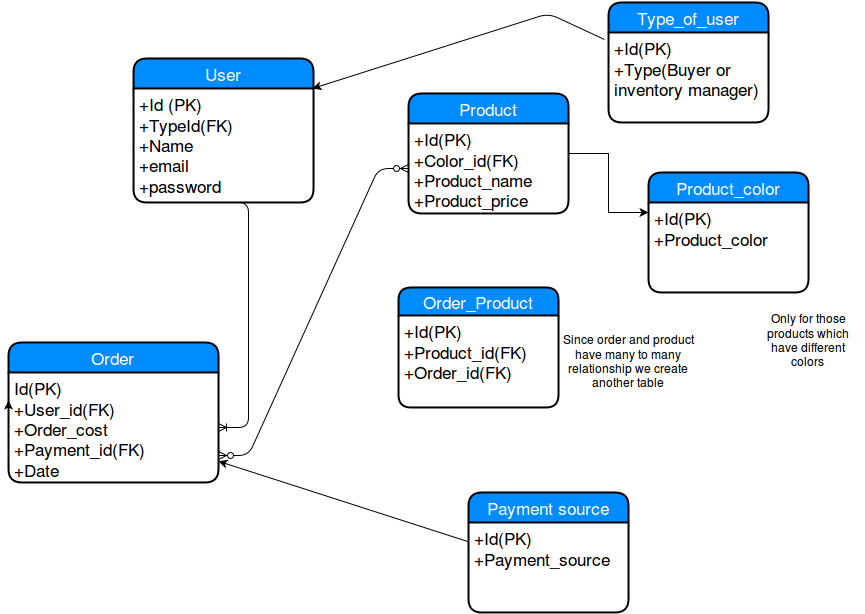
deeps-webonise/RDBMS-Assignment keeps this draw.io diagram as Basic_Design.png. Above is the earlier version. Source tidied: cells renumbered, new cells last; positions are measured from the earlier drawing's top-left corner, leaving out a move shared by most shapes.
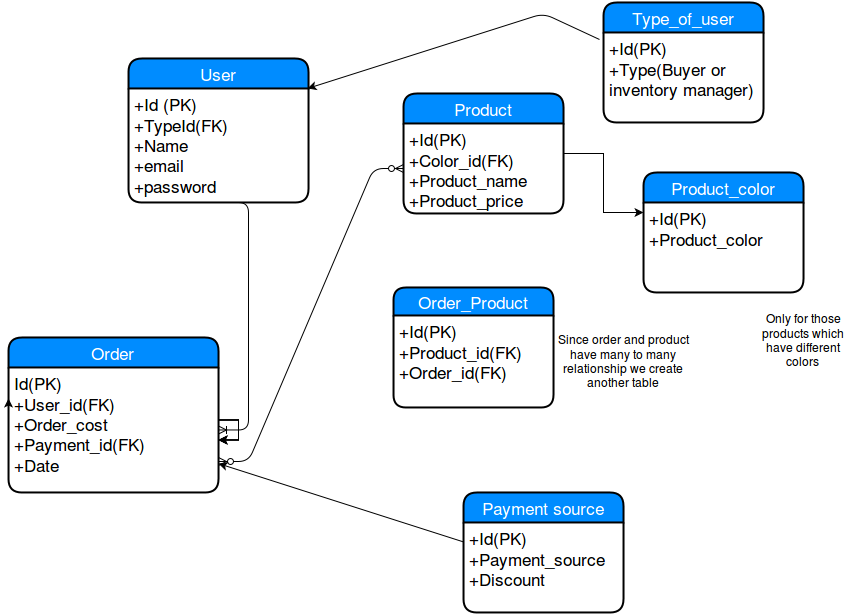
Above is the later version.

What changed in the source:
```diff
@@ -2,15 +2,6 @@
   <root>
     <mxCell id="0" />
     <mxCell id="1" parent="0" />
-    <mxCell id="2" value="Order" style="swimlane;html=1;horizontal=1;startSize=30;fillColor=#008cff;fontColor=#FFFFFF;rounded=1;fontSize=17;fontStyle=0;strokeWidth=2;shadow=0;dashed=0;align=center;" parent="1" vertex="1">
-      <mxGeometry y="340" width="210" height="140" as="geometry" />
-    </mxCell>
-    <mxCell id="3" value="Id(PK)&lt;br&gt;+User_id(FK)&lt;br&gt;+Order_cost&lt;br&gt;+Payment_id(FK)&lt;br&gt;+Date&lt;br&gt;&lt;br&gt;" style="whiteSpace=wrap;html=1;align=left;strokeColor=none;fillColor=none;spacingLeft=4;fontSize=17;verticalAlign=top;" parent="2" vertex="1">
-      <mxGeometry y="30" width="210" height="110" as="geometry" />
-    </mxCell>
-    <mxCell id="4" style="edgeStyle=orthogonalEdgeStyle;rounded=0;html=1;exitX=0;exitY=0.5;entryX=0;entryY=0.25;jettySize=auto;" parent="2" edge="1" source="2" target="3">
-      <mxGeometry relative="1" as="geometry" />
-    </mxCell>
     <mxCell id="5" style="edgeStyle=entityRelationEdgeStyle;html=1;endArrow=ERoneToMany;exitX=0.361;exitY=1;exitPerimeter=0;" parent="1" edge="1" source="23" target="3">
       <mxGeometry relative="1" as="geometry" />
     </mxCell>
@@ -42,7 +33,7 @@
     <mxCell id="13" value="Payment source&lt;br&gt;" style="swimlane;html=1;horizontal=1;startSize=30;fillColor=#008cff;fontColor=#FFFFFF;rounded=1;fontSize=17;fontStyle=0;strokeWidth=2;shadow=0;dashed=0;align=center;" parent="1" vertex="1">
       <mxGeometry x="460" y="490" width="160" height="120" as="geometry" />
     </mxCell>
-    <mxCell id="14" value="+Id(PK)&lt;br&gt;+Payment_source" style="whiteSpace=wrap;html=1;align=left;strokeColor=none;fillColor=none;spacingLeft=4;fontSize=17;verticalAlign=top;" parent="13" vertex="1">
+    <mxCell id="14" value="+Id(PK)&lt;br&gt;+Payment_source&lt;br&gt;+Discount&lt;br&gt;" style="whiteSpace=wrap;html=1;align=left;strokeColor=none;fillColor=none;spacingLeft=4;fontSize=17;verticalAlign=top;" parent="13" vertex="1">
       <mxGeometry y="30" width="160" height="90" as="geometry" />
     </mxCell>
     <mxCell id="15" style="endArrow=classic;html=1;" parent="1" edge="1" source="14" target="3">
@@ -75,5 +66,29 @@
     <mxCell id="24" style="edgeStyle=orthogonalEdgeStyle;rounded=0;html=1;exitX=0.75;exitY=0;entryX=0.75;entryY=0;jettySize=auto;orthogonalLoop=1;" parent="1" edge="1" source="20" target="20">
       <mxGeometry relative="1" as="geometry" />
     </mxCell>
+    <mxCell id="2" value="Order" style="swimlane;html=1;horizontal=1;startSize=30;fillColor=#008cff;fontColor=#FFFFFF;rounded=1;fontSize=17;fontStyle=0;strokeWidth=2;shadow=0;dashed=0;align=center;" parent="1" vertex="1">
+      <mxGeometry x="5" y="335" width="210" height="155" as="geometry" />
+    </mxCell>
+    <mxCell id="3" value="Id(PK)&lt;br&gt;+User_id(FK)&lt;br&gt;+Order_cost&lt;br&gt;+Payment_id(FK)&lt;br&gt;+Date&lt;br&gt;&lt;br&gt;&lt;br&gt;" style="whiteSpace=wrap;html=1;align=left;strokeColor=none;fillColor=none;spacingLeft=4;fontSize=17;verticalAlign=top;" parent="2" vertex="1">
+      <mxGeometry y="30" width="210" height="125" as="geometry" />
+    </mxCell>
+    <mxCell id="4" style="edgeStyle=orthogonalEdgeStyle;rounded=0;html=1;exitX=0;exitY=0.5;entryX=0;entryY=0.25;jettySize=auto;" parent="2" edge="1" source="2" target="3">
+      <mxGeometry relative="1" as="geometry" />
+    </mxCell>
+    <mxCell id="25" style="edgeStyle=orthogonalEdgeStyle;rounded=0;html=1;jettySize=auto;orthogonalLoop=1;" parent="2" edge="1" source="3" target="3">
+      <mxGeometry relative="1" as="geometry" />
+    </mxCell>
+    <mxCell id="26" style="edgeStyle=orthogonalEdgeStyle;rounded=0;html=1;exitX=0.5;exitY=1;jettySize=auto;orthogonalLoop=1;" parent="2" edge="1" source="3" target="3">
+      <mxGeometry relative="1" as="geometry" />
+    </mxCell>
+    <mxCell id="27" style="edgeStyle=orthogonalEdgeStyle;rounded=0;html=1;jettySize=auto;orthogonalLoop=1;" parent="2" edge="1" source="3" target="3">
+      <mxGeometry relative="1" as="geometry" />
+    </mxCell>
+    <mxCell id="28" style="edgeStyle=orthogonalEdgeStyle;rounded=0;html=1;jettySize=auto;orthogonalLoop=1;" parent="2" edge="1" source="3" target="3">
+      <mxGeometry relative="1" as="geometry" />
+    </mxCell>
+    <mxCell id="29" style="edgeStyle=orthogonalEdgeStyle;rounded=0;html=1;jettySize=auto;orthogonalLoop=1;" parent="2" edge="1" source="3" target="3">
+      <mxGeometry relative="1" as="geometry" />
+    </mxCell>
   </root>
 </mxGraphModel>
```
